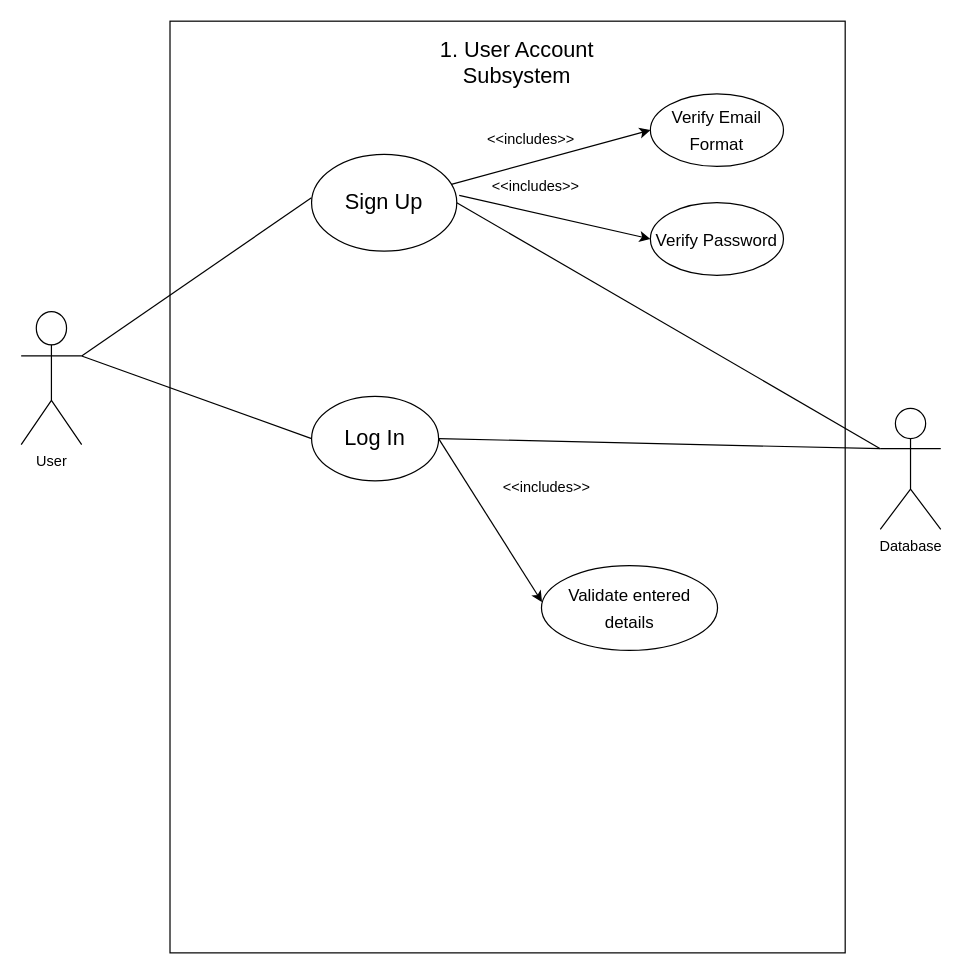
The draw.io diagram docs/use-case-diagrams/Account.drawio in COS301-SE-2024/TailWaggr, before the edit. Source tidied: cells renumbered, new cells numbered last; positions are measured from the earlier drawing's top-left corner, leaving out a move shared by most shapes. Both pictures are drawn from the tidied source at 121%, with x=0, y=0 at pixel (21, 21).
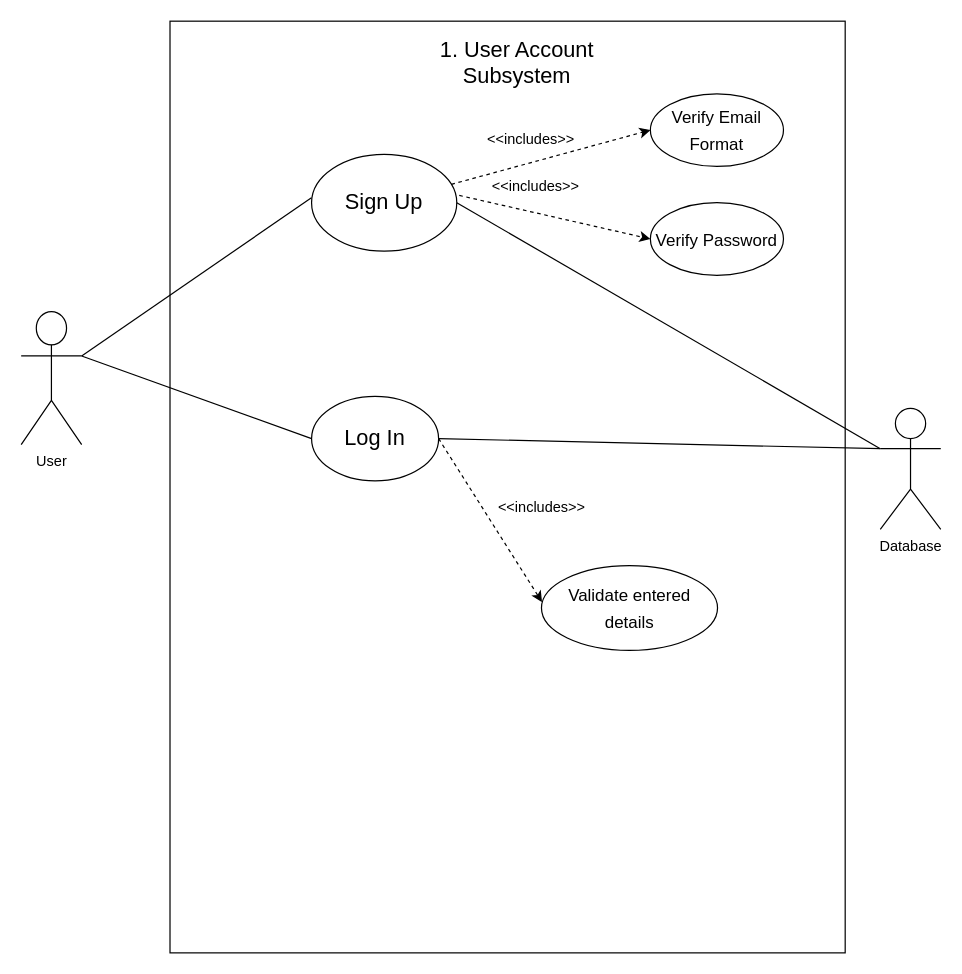
After the change.

Unchanged cells that the change refers to:
```xml
<mxCell id="9" value="Sign Up" style="ellipse;whiteSpace=wrap;html=1;fontSize=18;" parent="1" vertex="1">
  <mxGeometry x="240" y="110" width="120" height="80" as="geometry" />
</mxCell>
<mxCell id="11" value="&lt;font style=&quot;font-size: 14px;&quot;&gt;Verify Email Format&lt;/font&gt;" style="ellipse;whiteSpace=wrap;html=1;fontSize=18;" parent="1" vertex="1">
  <mxGeometry x="520" y="60" width="110" height="60" as="geometry" />
</mxCell>
<mxCell id="12" value="Log In" style="ellipse;whiteSpace=wrap;html=1;fontSize=18;" parent="1" vertex="1">
  <mxGeometry x="240" y="310" width="105" height="70" as="geometry" />
</mxCell>
<mxCell id="17" value="&lt;font style=&quot;font-size: 14px;&quot;&gt;Verify Password&lt;/font&gt;" style="ellipse;whiteSpace=wrap;html=1;fontSize=18;" parent="1" vertex="1">
  <mxGeometry x="520" y="150" width="110" height="60" as="geometry" />
</mxCell>
<mxCell id="18" value="&lt;font style=&quot;font-size: 14px;&quot;&gt;Validate entered details&lt;/font&gt;" style="ellipse;whiteSpace=wrap;html=1;fontSize=18;" parent="1" vertex="1">
  <mxGeometry x="430" y="450" width="145.5" height="70" as="geometry" />
</mxCell>
```

The edit, as a diff of the source:
```diff
@@
-    <mxCell id="7" style="edgeStyle=none;html=1;entryX=0;entryY=0.5;entryDx=0;entryDy=0;fontSize=18;endArrow=classic;endFill=1;" parent="1" edge="1" source="9" target="11">
+    <mxCell id="7" style="edgeStyle=none;html=1;entryX=0;entryY=0.5;entryDx=0;entryDy=0;fontSize=18;endArrow=classic;endFill=1;dashed=1;" parent="1" edge="1" source="9" target="11">
       <mxGeometry relative="1" as="geometry" />
     </mxCell>
@@
-    <mxCell id="15" style="edgeStyle=none;html=1;fontSize=18;endArrow=classic;endFill=1;exitX=1.017;exitY=0.425;exitDx=0;exitDy=0;exitPerimeter=0;entryX=0;entryY=0.5;entryDx=0;entryDy=0;" parent="1" edge="1" source="9" target="17">
+    <mxCell id="15" style="edgeStyle=none;html=1;fontSize=18;endArrow=classic;endFill=1;exitX=1.017;exitY=0.425;exitDx=0;exitDy=0;exitPerimeter=0;entryX=0;entryY=0.5;entryDx=0;entryDy=0;dashed=1;" parent="1" edge="1" source="9" target="17">
       <mxGeometry relative="1" as="geometry" />
     </mxCell>
@@
-    <mxCell id="19" style="edgeStyle=none;html=1;entryX=0.003;entryY=0.429;entryDx=0;entryDy=0;fontSize=18;endArrow=classic;endFill=1;exitX=1;exitY=0.5;exitDx=0;exitDy=0;entryPerimeter=0;" parent="1" edge="1" source="12" target="18">
+    <mxCell id="19" style="edgeStyle=none;html=1;entryX=0.003;entryY=0.429;entryDx=0;entryDy=0;fontSize=18;endArrow=classic;endFill=1;exitX=1;exitY=0.5;exitDx=0;exitDy=0;entryPerimeter=0;dashed=1;" parent="1" edge="1" source="12" target="18">
       <mxGeometry relative="1" as="geometry" />
     </mxCell>
     <mxCell id="20" value="&lt;font style=&quot;font-size: 12px;&quot;&gt;&amp;lt;&amp;lt;includes&amp;gt;&amp;gt;&lt;/font&gt;" style="edgeLabel;html=1;align=center;verticalAlign=middle;fontSize=14;" parent="19" vertex="1">
       <mxGeometry x="-0.25" y="1" relative="1" as="geometry">
-        <mxPoint x="56" y="-11" as="offset" />
+        <mxPoint x="52" y="5" as="offset" />
       </mxGeometry>
     </mxCell>
```
